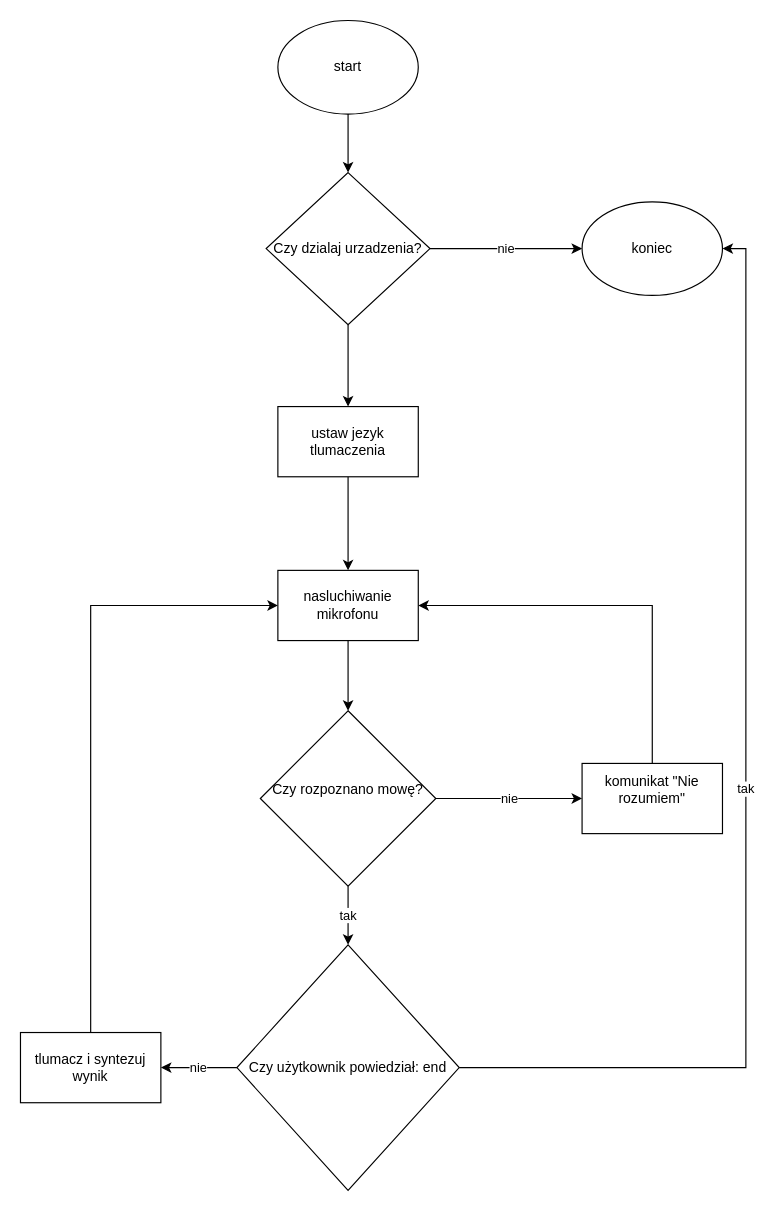
The draw.io diagram tlum/tlum.drawio in docRonal/KCK_Project, before the edit. Source tidied: cells renumbered, new cells numbered last; positions are measured from the earlier drawing's top-left corner, leaving out a move shared by most shapes. Both pictures are drawn from the tidied source at 117%, with x=0, y=0 at pixel (20, 20).
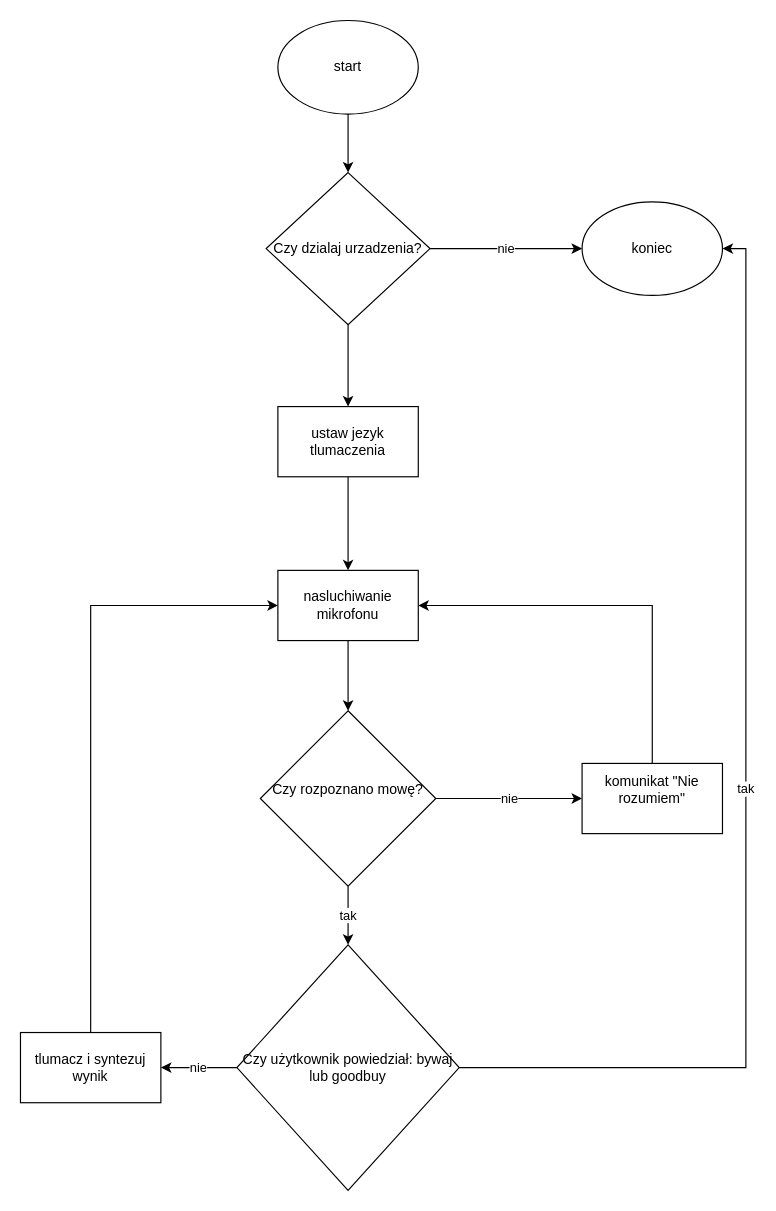
Above is the later version.

Diff of the diagram source:
```diff
@@
-    <mxCell id="19" value="&lt;span&gt;Czy użytkownik powiedział: end&lt;/span&gt;" style="rhombus;whiteSpace=wrap;html=1;" parent="1" vertex="1">
+    <mxCell id="19" value="Czy użytkownik powiedział: bywaj lub goodbuy" style="rhombus;whiteSpace=wrap;html=1;" parent="1" vertex="1">
       <mxGeometry x="185" y="790" width="190" height="210" as="geometry" />
     </mxCell>
```
